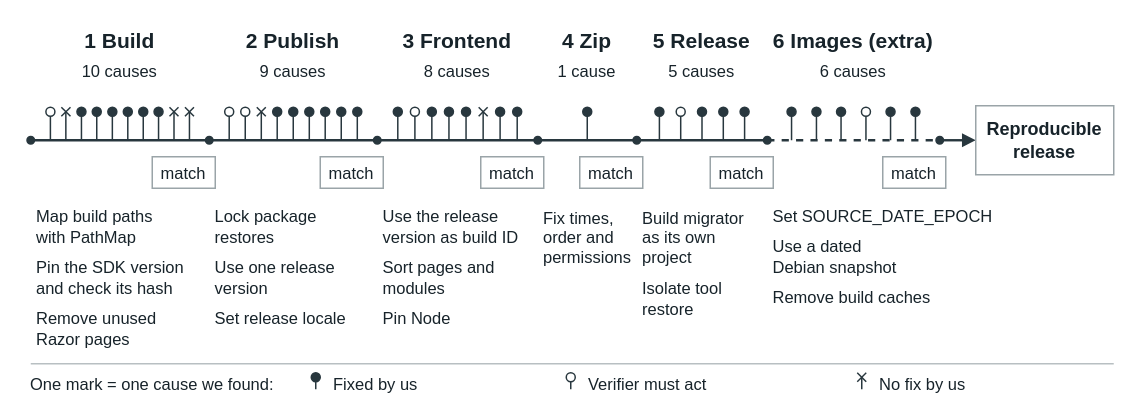
Before: 1-ws-pems/figures/rq1-journey.drawio in leosakharoff/dotnet-rebuild-experiments, a draw.io diagram. Source tidied: cells renumbered, new cells numbered last; positions are measured from the earlier drawing's top-left corner, leaving out a move shared by most shapes. Both pictures are drawn from the tidied source at 150%, with x=0, y=0 at pixel (27, 26).
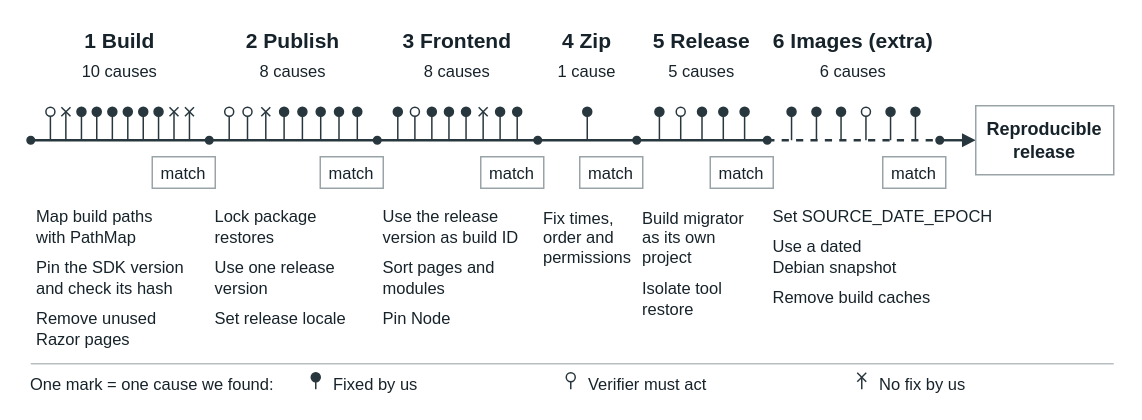
The same page after the edit.

Commit message (it also covers changes not shown here):
E1-S2-16 moves from causes to checks that found no difference: it confirms E1-S2-11. 38 causes, 21 checks

The edit, as a diff of the source:
```diff
@@
-    <mxCell id="33" value="9 causes" style="html=1;whiteSpace=wrap;align=center;verticalAlign=middle;fontFamily=Helvetica;fontColor=#17232a;fontSize=11;fillColor=none;strokeColor=none;spacing=0;" parent="1" vertex="1">
+    <mxCell id="33" value="8 causes" style="html=1;whiteSpace=wrap;align=center;verticalAlign=middle;fontFamily=Helvetica;fontColor=#17232a;fontSize=11;fillColor=none;strokeColor=none;spacing=0;" parent="1" vertex="1">
       <mxGeometry x="121" y="22" width="112" height="16" as="geometry" />
     </mxCell>
@@
     <mxCell id="37" style="html=1;edgeStyle=none;rounded=0;strokeColor=#28373e;strokeWidth=1;endArrow=none;endFill=1;endSize=5;" parent="1" edge="1">
       <mxGeometry relative="1" as="geometry">
-        <mxPoint x="145" y="76" as="sourcePoint" />
-        <mxPoint x="145" y="57" as="targetPoint" />
+        <mxPoint x="146.5" y="76" as="sourcePoint" />
+        <mxPoint x="146.5" y="57" as="targetPoint" />
       </mxGeometry>
     </mxCell>
     <mxCell id="38" style="shape=ellipse;strokeColor=#28373e;fillColor=#ffffff;strokeWidth=1;" parent="1" vertex="1">
-      <mxGeometry x="142" y="54" width="6" height="6" as="geometry" />
+      <mxGeometry x="143.5" y="54" width="6" height="6" as="geometry" />
     </mxCell>
     <mxCell id="39" style="html=1;edgeStyle=none;rounded=0;strokeColor=#28373e;strokeWidth=1;endArrow=none;endFill=1;endSize=5;" parent="1" edge="1">
       <mxGeometry relative="1" as="geometry">
-        <mxPoint x="155.7" y="76" as="sourcePoint" />
-        <mxPoint x="155.7" y="57" as="targetPoint" />
+        <mxPoint x="158.7" y="76" as="sourcePoint" />
+        <mxPoint x="158.7" y="57" as="targetPoint" />
       </mxGeometry>
     </mxCell>
     <mxCell id="40" style="html=1;edgeStyle=none;rounded=0;strokeColor=#28373e;strokeWidth=1;endArrow=none;endFill=1;endSize=5;" parent="1" edge="1">
       <mxGeometry relative="1" as="geometry">
-        <mxPoint x="152.7" y="54" as="sourcePoint" />
-        <mxPoint x="158.7" y="60" as="targetPoint" />
+        <mxPoint x="155.7" y="54" as="sourcePoint" />
+        <mxPoint x="161.7" y="60" as="targetPoint" />
       </mxGeometry>
     </mxCell>
     <mxCell id="41" style="html=1;edgeStyle=none;rounded=0;strokeColor=#28373e;strokeWidth=1;endArrow=none;endFill=1;endSize=5;" parent="1" edge="1">
       <mxGeometry relative="1" as="geometry">
-        <mxPoint x="152.7" y="60" as="sourcePoint" />
-        <mxPoint x="158.7" y="54" as="targetPoint" />
+        <mxPoint x="155.7" y="60" as="sourcePoint" />
+        <mxPoint x="161.7" y="54" as="targetPoint" />
       </mxGeometry>
     </mxCell>
     <mxCell id="42" style="html=1;edgeStyle=none;rounded=0;strokeColor=#28373e;strokeWidth=1;endArrow=none;endFill=1;endSize=5;" parent="1" edge="1">
       <mxGeometry relative="1" as="geometry">
-        <mxPoint x="166.3" y="76" as="sourcePoint" />
-        <mxPoint x="166.3" y="57" as="targetPoint" />
+        <mxPoint x="170.9" y="76" as="sourcePoint" />
+        <mxPoint x="170.9" y="57" as="targetPoint" />
       </mxGeometry>
     </mxCell>
     <mxCell id="43" style="shape=ellipse;strokeColor=#28373e;fillColor=#28373e;strokeWidth=1;" parent="1" vertex="1">
-      <mxGeometry x="163.3" y="54" width="6" height="6" as="geometry" />
+      <mxGeometry x="167.9" y="54" width="6" height="6" as="geometry" />
     </mxCell>
     <mxCell id="44" style="html=1;edgeStyle=none;rounded=0;strokeColor=#28373e;strokeWidth=1;endArrow=none;endFill=1;endSize=5;" parent="1" edge="1">
       <mxGeometry relative="1" as="geometry">
-        <mxPoint x="177" y="76" as="sourcePoint" />
-        <mxPoint x="177" y="57" as="targetPoint" />
+        <mxPoint x="183.1" y="76" as="sourcePoint" />
+        <mxPoint x="183.1" y="57" as="targetPoint" />
       </mxGeometry>
     </mxCell>
     <mxCell id="45" style="shape=ellipse;strokeColor=#28373e;fillColor=#28373e;strokeWidth=1;" parent="1" vertex="1">
-      <mxGeometry x="174" y="54" width="6" height="6" as="geometry" />
+      <mxGeometry x="180.1" y="54" width="6" height="6" as="geometry" />
     </mxCell>
     <mxCell id="46" style="html=1;edgeStyle=none;rounded=0;strokeColor=#28373e;strokeWidth=1;endArrow=none;endFill=1;endSize=5;" parent="1" edge="1">
       <mxGeometry relative="1" as="geometry">
-        <mxPoint x="187.7" y="76" as="sourcePoint" />
-        <mxPoint x="187.7" y="57" as="targetPoint" />
+        <mxPoint x="195.3" y="76" as="sourcePoint" />
+        <mxPoint x="195.3" y="57" as="targetPoint" />
       </mxGeometry>
     </mxCell>
     <mxCell id="47" style="shape=ellipse;strokeColor=#28373e;fillColor=#28373e;strokeWidth=1;" parent="1" vertex="1">
-      <mxGeometry x="184.7" y="54" width="6" height="6" as="geometry" />
+      <mxGeometry x="192.3" y="54" width="6" height="6" as="geometry" />
     </mxCell>
-    <mxCell id="48" style="html=1;edgeStyle=none;rounded=0;strokeColor=#28373e;strokeWidth=1;endArrow=none;endFill=1;endSize=5;" parent="1" edge="1">
-      <mxGeometry relative="1" as="geometry">
-        <mxPoint x="198.3" y="76" as="sourcePoint" />
-        <mxPoint x="198.3" y="57" as="targetPoint" />
-      </mxGeometry>
-    </mxCell>
-    <mxCell id="49" style="shape=ellipse;strokeColor=#28373e;fillColor=#28373e;strokeWidth=1;" parent="1" vertex="1">
-      <mxGeometry x="195.3" y="54" width="6" height="6" as="geometry" />
-    </mxCell>
     <mxCell id="50" style="html=1;edgeStyle=none;rounded=0;strokeColor=#28373e;strokeWidth=1;endArrow=none;endFill=1;endSize=5;" parent="1" edge="1">
       <mxGeometry relative="1" as="geometry">
-        <mxPoint x="209" y="76" as="sourcePoint" />
-        <mxPoint x="209" y="57" as="targetPoint" />
+        <mxPoint x="207.5" y="76" as="sourcePoint" />
+        <mxPoint x="207.5" y="57" as="targetPoint" />
       </mxGeometry>
     </mxCell>
     <mxCell id="51" style="shape=ellipse;strokeColor=#28373e;fillColor=#28373e;strokeWidth=1;" parent="1" vertex="1">
-      <mxGeometry x="206" y="54" width="6" height="6" as="geometry" />
+      <mxGeometry x="204.5" y="54" width="6" height="6" as="geometry" />
     </mxCell>
```
